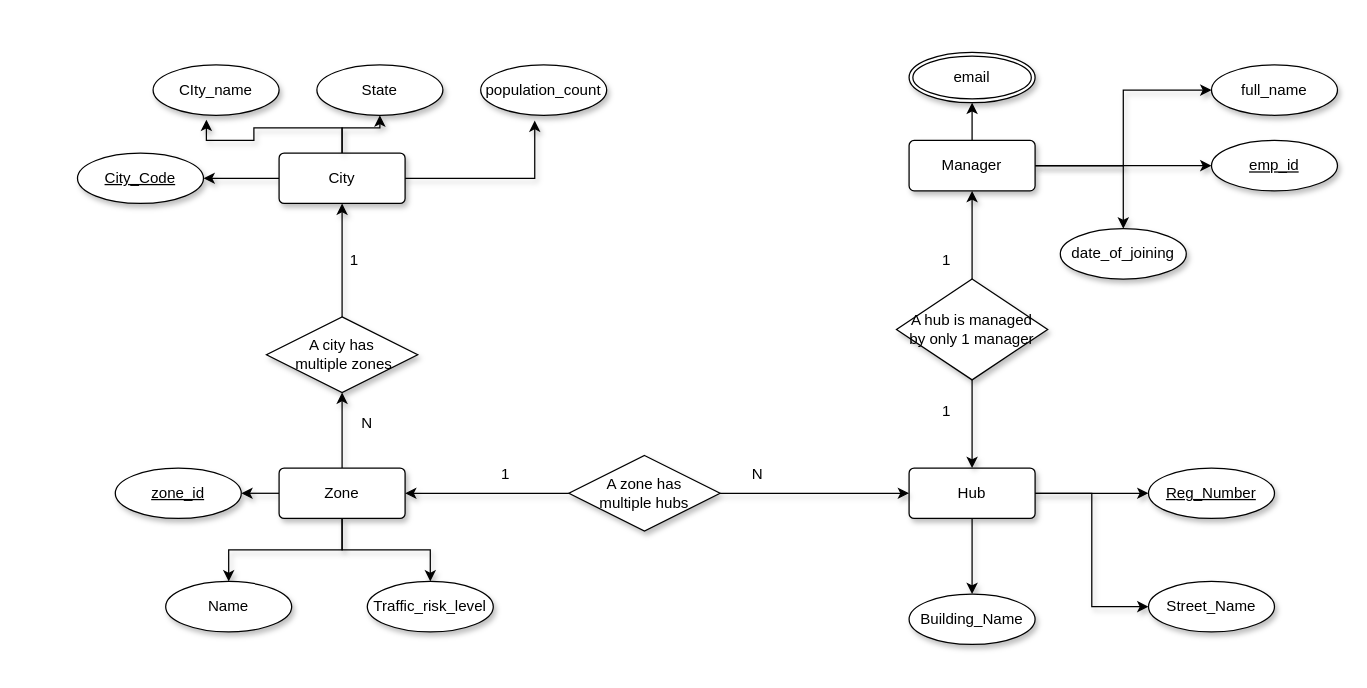
Earlier version of the draw.io diagram page "Page-5" (4 of 6) of Untitled Diagram.drawio (Vidushicodes123/Flowchartsss). Source tidied: cells renumbered, new cells numbered last; positions are measured from the earlier drawing's top-left corner, leaving out a move shared by most shapes. Both pictures are drawn from the tidied source at 126%, with x=0, y=0 at pixel (77, 52).
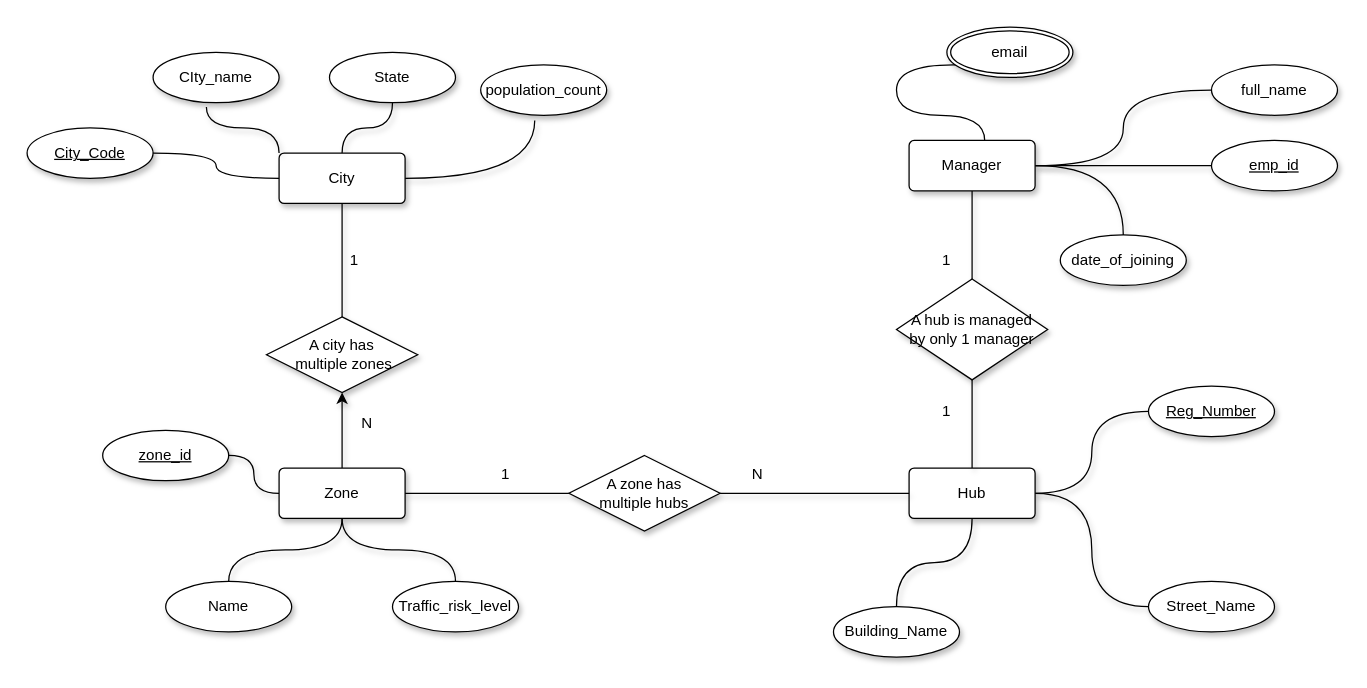
The same page after the edit.

Unchanged cells that the change refers to:
```xml
<mxCell id="4" value="City" style="rounded=1;arcSize=10;whiteSpace=wrap;html=1;align=center;shadow=1;" parent="1" vertex="1">
  <mxGeometry x="160" y="80" width="100" height="40" as="geometry" />
</mxCell>
<mxCell id="7" value="population_count" style="ellipse;whiteSpace=wrap;html=1;align=center;shadow=1;" parent="1" vertex="1">
  <mxGeometry x="320" y="10" width="100" height="40" as="geometry" />
</mxCell>
<mxCell id="15" value="Zone" style="rounded=1;arcSize=10;whiteSpace=wrap;html=1;align=center;shadow=1;" parent="1" vertex="1">
  <mxGeometry x="160" y="330" width="100" height="40" as="geometry" />
</mxCell>
<mxCell id="18" value="Name" style="ellipse;whiteSpace=wrap;html=1;align=center;shadow=1;" parent="1" vertex="1">
  <mxGeometry x="70" y="420" width="100" height="40" as="geometry" />
</mxCell>
<mxCell id="22" value="Hub" style="rounded=1;arcSize=10;whiteSpace=wrap;html=1;align=center;shadow=1;" parent="1" vertex="1">
  <mxGeometry x="660" y="330" width="100" height="40" as="geometry" />
</mxCell>
<mxCell id="24" value="A city has&lt;div&gt;&amp;nbsp;multiple zones&lt;/div&gt;" style="shape=rhombus;perimeter=rhombusPerimeter;whiteSpace=wrap;html=1;align=center;shadow=1;" parent="1" vertex="1">
  <mxGeometry x="150" y="210" width="120" height="60" as="geometry" />
</mxCell>
<mxCell id="29" value="Street_Name" style="ellipse;whiteSpace=wrap;html=1;align=center;shadow=1;" parent="1" vertex="1">
  <mxGeometry x="850" y="420" width="100" height="40" as="geometry" />
</mxCell>
<mxCell id="32" value="A zone has&lt;div&gt;multiple hubs&lt;/div&gt;" style="shape=rhombus;perimeter=rhombusPerimeter;whiteSpace=wrap;html=1;align=center;shadow=1;" parent="1" vertex="1">
  <mxGeometry x="390" y="320" width="120" height="60" as="geometry" />
</mxCell>
<mxCell id="39" value="Manager" style="rounded=1;arcSize=10;whiteSpace=wrap;html=1;align=center;shadow=1;" parent="1" vertex="1">
  <mxGeometry x="660" y="70" width="100" height="40" as="geometry" />
</mxCell>
<mxCell id="40" value="emp_id" style="ellipse;whiteSpace=wrap;html=1;align=center;fontStyle=4;shadow=1;" parent="1" vertex="1">
  <mxGeometry x="900" y="70" width="100" height="40" as="geometry" />
</mxCell>
<mxCell id="41" value="full_name" style="ellipse;whiteSpace=wrap;html=1;align=center;shadow=1;" parent="1" vertex="1">
  <mxGeometry x="900" y="10" width="100" height="40" as="geometry" />
</mxCell>
<mxCell id="46" value="A hub is managed&lt;div&gt;by only 1 manager&lt;/div&gt;" style="shape=rhombus;perimeter=rhombusPerimeter;whiteSpace=wrap;html=1;align=center;shadow=1;" parent="1" vertex="1">
  <mxGeometry x="650" y="180" width="120" height="80" as="geometry" />
</mxCell>
```

Change to the diagram source:
```diff
@@
-    <mxCell id="2" style="edgeStyle=orthogonalEdgeStyle;rounded=0;jettySize=auto;html=1;exitX=0;exitY=0.5;exitDx=0;exitDy=0;shadow=1;" parent="1" edge="1" source="4">
-      <mxGeometry relative="1" as="geometry">
-        <mxPoint x="100" y="100" as="targetPoint" />
-      </mxGeometry>
-    </mxCell>
-    <mxCell id="3" style="edgeStyle=orthogonalEdgeStyle;rounded=0;jettySize=auto;html=1;entryX=0.5;entryY=1;entryDx=0;entryDy=0;shadow=1;" parent="1" edge="1" source="4" target="6">
+    <mxCell id="3" style="rounded=0;jettySize=auto;html=1;entryX=0.5;entryY=1;entryDx=0;entryDy=0;shadow=1;endArrow=none;endFill=0;edgeStyle=orthogonalEdgeStyle;curved=1;" parent="1" edge="1" source="4" target="6">
       <mxGeometry relative="1" as="geometry" />
     </mxCell>
@@
     <mxCell id="5" value="CIty_name" style="ellipse;whiteSpace=wrap;html=1;align=center;shadow=1;" parent="1" vertex="1">
-      <mxGeometry x="60" y="10" width="100" height="40" as="geometry" />
+      <mxGeometry x="60" width="100" height="40" as="geometry" />
     </mxCell>
     <mxCell id="6" value="State" style="ellipse;whiteSpace=wrap;html=1;align=center;shadow=1;" parent="1" vertex="1">
-      <mxGeometry x="190" y="10" width="100" height="40" as="geometry" />
+      <mxGeometry x="200" width="100" height="40" as="geometry" />
     </mxCell>
@@
-    <mxCell id="8" style="edgeStyle=orthogonalEdgeStyle;rounded=0;jettySize=auto;html=1;entryX=0.423;entryY=1.086;entryDx=0;entryDy=0;entryPerimeter=0;shadow=1;" parent="1" edge="1" target="5">
-      <mxGeometry relative="1" as="geometry">
-        <mxPoint x="210" y="80" as="sourcePoint" />
-        <Array as="points">
-          <mxPoint x="210" y="60" />
-          <mxPoint x="140" y="60" />
-          <mxPoint x="140" y="70" />
-          <mxPoint x="102" y="70" />
-        </Array>
-      </mxGeometry>
+    <mxCell id="8" style="rounded=0;jettySize=auto;html=1;entryX=0.423;entryY=1.086;entryDx=0;entryDy=0;entryPerimeter=0;shadow=1;endArrow=none;endFill=0;exitX=0;exitY=0;exitDx=0;exitDy=0;edgeStyle=orthogonalEdgeStyle;curved=1;" parent="1" edge="1" source="4" target="5">
+      <mxGeometry relative="1" as="geometry" />
     </mxCell>
-    <mxCell id="9" style="edgeStyle=orthogonalEdgeStyle;rounded=0;jettySize=auto;html=1;entryX=0.429;entryY=1.104;entryDx=0;entryDy=0;entryPerimeter=0;shadow=1;" parent="1" edge="1" source="4" target="7">
+    <mxCell id="9" style="rounded=0;jettySize=auto;html=1;entryX=0.429;entryY=1.104;entryDx=0;entryDy=0;entryPerimeter=0;shadow=1;endArrow=none;endFill=0;exitX=1;exitY=0.5;exitDx=0;exitDy=0;edgeStyle=orthogonalEdgeStyle;curved=1;" parent="1" edge="1" source="4" target="7">
       <mxGeometry relative="1" as="geometry" />
     </mxCell>
+    <mxCell id="49" style="rounded=0;jettySize=auto;html=1;endArrow=none;endFill=0;exitX=1;exitY=0.5;exitDx=0;exitDy=0;edgeStyle=orthogonalEdgeStyle;curved=1;" parent="1" edge="1" source="10" target="4">
+      <mxGeometry relative="1" as="geometry" />
+    </mxCell>
     <mxCell id="10" value="City_Code" style="ellipse;whiteSpace=wrap;html=1;align=center;fontStyle=4;shadow=1;" parent="1" vertex="1">
-      <mxGeometry y="80" width="100" height="40" as="geometry" />
+      <mxGeometry x="-40" y="60" width="100" height="40" as="geometry" />
     </mxCell>
-    <mxCell id="11" style="edgeStyle=orthogonalEdgeStyle;rounded=0;jettySize=auto;html=1;exitX=0;exitY=0.5;exitDx=0;exitDy=0;entryX=1;entryY=0.5;entryDx=0;entryDy=0;shadow=1;" parent="1" edge="1" source="15" target="16">
+    <mxCell id="11" style="edgeStyle=orthogonalEdgeStyle;rounded=0;jettySize=auto;html=1;exitX=0;exitY=0.5;exitDx=0;exitDy=0;entryX=1;entryY=0.5;entryDx=0;entryDy=0;shadow=1;endArrow=none;endFill=0;curved=1;" parent="1" edge="1" source="15" target="16">
       <mxGeometry relative="1" as="geometry" />
     </mxCell>
-    <mxCell id="12" style="edgeStyle=orthogonalEdgeStyle;rounded=0;jettySize=auto;html=1;entryX=0.5;entryY=0;entryDx=0;entryDy=0;shadow=1;" parent="1" edge="1" source="15" target="18">
+    <mxCell id="12" style="edgeStyle=orthogonalEdgeStyle;rounded=0;jettySize=auto;html=1;entryX=0.5;entryY=0;entryDx=0;entryDy=0;shadow=1;curved=1;endArrow=none;endFill=0;" parent="1" edge="1" source="15" target="18">
       <mxGeometry relative="1" as="geometry" />
     </mxCell>
-    <mxCell id="13" style="edgeStyle=orthogonalEdgeStyle;rounded=0;jettySize=auto;html=1;shadow=1;" parent="1" edge="1" source="15" target="17">
+    <mxCell id="13" style="edgeStyle=orthogonalEdgeStyle;rounded=0;jettySize=auto;html=1;shadow=1;curved=1;endArrow=none;endFill=0;" parent="1" edge="1" source="15" target="17">
       <mxGeometry relative="1" as="geometry" />
     </mxCell>
-    <mxCell id="14" style="edgeStyle=orthogonalEdgeStyle;rounded=0;jettySize=auto;html=1;entryX=0.5;entryY=1;entryDx=0;entryDy=0;shadow=1;" parent="1" edge="1" source="15" target="24">
+    <mxCell id="14" style="rounded=0;jettySize=auto;html=1;entryX=0.5;entryY=1;entryDx=0;entryDy=0;shadow=1;" parent="1" edge="1" source="15" target="24">
       <mxGeometry relative="1" as="geometry" />
     </mxCell>
@@
     <mxCell id="16" value="zone_id" style="ellipse;whiteSpace=wrap;html=1;align=center;fontStyle=4;shadow=1;" parent="1" vertex="1">
-      <mxGeometry x="30" y="330" width="100" height="40" as="geometry" />
+      <mxGeometry x="20" y="300" width="100" height="40" as="geometry" />
     </mxCell>
     <mxCell id="17" value="Traffic_risk_level" style="ellipse;whiteSpace=wrap;html=1;align=center;shadow=1;" parent="1" vertex="1">
-      <mxGeometry x="230" y="420" width="100" height="40" as="geometry" />
+      <mxGeometry x="250" y="420" width="100" height="40" as="geometry" />
     </mxCell>
@@
-    <mxCell id="19" style="edgeStyle=orthogonalEdgeStyle;rounded=0;jettySize=auto;html=1;entryX=0;entryY=0.5;entryDx=0;entryDy=0;shadow=1;" parent="1" edge="1" source="22" target="27">
+    <mxCell id="19" style="edgeStyle=orthogonalEdgeStyle;rounded=0;jettySize=auto;html=1;entryX=0;entryY=0.5;entryDx=0;entryDy=0;shadow=1;endArrow=none;endFill=0;curved=1;" parent="1" edge="1" source="22" target="27">
       <mxGeometry relative="1" as="geometry" />
     </mxCell>
-    <mxCell id="20" style="edgeStyle=orthogonalEdgeStyle;rounded=0;jettySize=auto;html=1;entryX=0;entryY=0.5;entryDx=0;entryDy=0;shadow=1;" parent="1" edge="1" source="22" target="29">
+    <mxCell id="20" style="edgeStyle=orthogonalEdgeStyle;rounded=0;jettySize=auto;html=1;entryX=0;entryY=0.5;entryDx=0;entryDy=0;shadow=1;endArrow=none;endFill=0;curved=1;" parent="1" edge="1" source="22" target="29">
       <mxGeometry relative="1" as="geometry" />
     </mxCell>
-    <mxCell id="21" style="edgeStyle=orthogonalEdgeStyle;rounded=0;jettySize=auto;html=1;entryX=0.5;entryY=0;entryDx=0;entryDy=0;shadow=1;" parent="1" edge="1" source="22" target="28">
+    <mxCell id="21" style="edgeStyle=orthogonalEdgeStyle;rounded=0;jettySize=auto;html=1;entryX=0.5;entryY=0;entryDx=0;entryDy=0;shadow=1;curved=1;endArrow=none;endFill=0;" parent="1" edge="1" source="22" target="28">
       <mxGeometry relative="1" as="geometry" />
     </mxCell>
@@
-    <mxCell id="23" style="edgeStyle=orthogonalEdgeStyle;rounded=0;jettySize=auto;html=1;shadow=1;" parent="1" edge="1" source="24" target="4">
+    <mxCell id="23" style="rounded=0;jettySize=auto;html=1;shadow=1;endArrow=none;endFill=0;" parent="1" edge="1" source="24" target="4">
       <mxGeometry relative="1" as="geometry" />
     </mxCell>
@@
     <mxCell id="27" value="Reg_Number" style="ellipse;whiteSpace=wrap;html=1;align=center;fontStyle=4;shadow=1;" parent="1" vertex="1">
-      <mxGeometry x="850" y="330" width="100" height="40" as="geometry" />
+      <mxGeometry x="850" y="265" width="100" height="40" as="geometry" />
     </mxCell>
     <mxCell id="28" value="Building_Name" style="ellipse;whiteSpace=wrap;html=1;align=center;shadow=1;" parent="1" vertex="1">
-      <mxGeometry x="660" y="430" width="100" height="40" as="geometry" />
+      <mxGeometry x="600" y="440" width="100" height="40" as="geometry" />
     </mxCell>
@@
-    <mxCell id="30" style="edgeStyle=orthogonalEdgeStyle;rounded=0;jettySize=auto;html=1;shadow=1;" parent="1" edge="1" source="32" target="15">
+    <mxCell id="30" style="edgeStyle=orthogonalEdgeStyle;rounded=0;jettySize=auto;html=1;shadow=1;curved=1;endArrow=none;endFill=0;" parent="1" edge="1" source="32" target="15">
       <mxGeometry relative="1" as="geometry" />
     </mxCell>
-    <mxCell id="31" style="edgeStyle=orthogonalEdgeStyle;rounded=0;jettySize=auto;html=1;entryX=0;entryY=0.5;entryDx=0;entryDy=0;shadow=1;" parent="1" edge="1" source="32" target="22">
+    <mxCell id="31" style="edgeStyle=orthogonalEdgeStyle;rounded=0;jettySize=auto;html=1;entryX=0;entryY=0.5;entryDx=0;entryDy=0;shadow=1;curved=1;endArrow=none;endFill=0;" parent="1" edge="1" source="32" target="22">
       <mxGeometry relative="1" as="geometry" />
     </mxCell>
@@
-    <mxCell id="35" style="edgeStyle=orthogonalEdgeStyle;rounded=0;jettySize=auto;html=1;shadow=1;" parent="1" edge="1" source="39" target="40">
+    <mxCell id="35" style="edgeStyle=orthogonalEdgeStyle;rounded=0;jettySize=auto;html=1;shadow=1;curved=1;endArrow=none;endFill=0;" parent="1" edge="1" source="39" target="40">
       <mxGeometry relative="1" as="geometry" />
     </mxCell>
-    <mxCell id="36" style="edgeStyle=orthogonalEdgeStyle;rounded=0;jettySize=auto;html=1;entryX=0;entryY=0.5;entryDx=0;entryDy=0;shadow=1;" parent="1" edge="1" source="39" target="41">
+    <mxCell id="36" style="edgeStyle=orthogonalEdgeStyle;rounded=0;jettySize=auto;html=1;entryX=0;entryY=0.5;entryDx=0;entryDy=0;shadow=1;endArrow=none;endFill=0;curved=1;" parent="1" edge="1" source="39" target="41">
       <mxGeometry relative="1" as="geometry" />
     </mxCell>
-    <mxCell id="37" style="edgeStyle=orthogonalEdgeStyle;rounded=0;jettySize=auto;html=1;entryX=0.5;entryY=0;entryDx=0;entryDy=0;shadow=1;" parent="1" edge="1" source="39" target="42">
+    <mxCell id="37" style="edgeStyle=orthogonalEdgeStyle;rounded=0;jettySize=auto;html=1;entryX=0.5;entryY=0;entryDx=0;entryDy=0;shadow=1;curved=1;endArrow=none;endFill=0;" parent="1" edge="1" source="39" target="42">
       <mxGeometry relative="1" as="geometry" />
     </mxCell>
-    <mxCell id="38" style="edgeStyle=orthogonalEdgeStyle;rounded=0;jettySize=auto;html=1;" parent="1" edge="1" source="39" target="43">
-      <mxGeometry relative="1" as="geometry" />
+    <mxCell id="38" style="edgeStyle=orthogonalEdgeStyle;rounded=0;jettySize=auto;html=1;endArrow=none;endFill=0;curved=1;entryX=0.5;entryY=1;entryDx=0;entryDy=0;" parent="1" edge="1" source="39" target="43">
+      <mxGeometry relative="1" as="geometry">
+        <Array as="points">
+          <mxPoint x="720" y="50" />
+          <mxPoint x="650" y="50" />
+          <mxPoint x="650" y="10" />
+        </Array>
+      </mxGeometry>
     </mxCell>
@@
     <mxCell id="42" value="date_of_joining" style="ellipse;whiteSpace=wrap;html=1;align=center;shadow=1;" parent="1" vertex="1">
-      <mxGeometry x="780" y="140" width="100" height="40" as="geometry" />
+      <mxGeometry x="780" y="145" width="100" height="40" as="geometry" />
     </mxCell>
     <mxCell id="43" value="email" style="ellipse;shape=doubleEllipse;margin=3;whiteSpace=wrap;html=1;align=center;shadow=1;" parent="1" vertex="1">
-      <mxGeometry x="660" width="100" height="40" as="geometry" />
+      <mxGeometry x="690" y="-20" width="100" height="40" as="geometry" />
     </mxCell>
-    <mxCell id="44" style="edgeStyle=orthogonalEdgeStyle;rounded=0;jettySize=auto;html=1;entryX=0.5;entryY=1;entryDx=0;entryDy=0;shadow=1;" parent="1" edge="1" source="46" target="39">
+    <mxCell id="44" style="edgeStyle=orthogonalEdgeStyle;rounded=0;jettySize=auto;html=1;entryX=0.5;entryY=1;entryDx=0;entryDy=0;shadow=1;endArrow=none;endFill=0;" parent="1" edge="1" source="46" target="39">
       <mxGeometry relative="1" as="geometry" />
     </mxCell>
-    <mxCell id="45" style="edgeStyle=orthogonalEdgeStyle;rounded=0;jettySize=auto;html=1;entryX=0.5;entryY=0;entryDx=0;entryDy=0;shadow=1;" parent="1" edge="1" source="46" target="22">
+    <mxCell id="45" style="edgeStyle=orthogonalEdgeStyle;rounded=0;jettySize=auto;html=1;entryX=0.5;entryY=0;entryDx=0;entryDy=0;shadow=1;endArrow=none;endFill=0;" parent="1" edge="1" source="46" target="22">
       <mxGeometry relative="1" as="geometry" />
     </mxCell>
```
